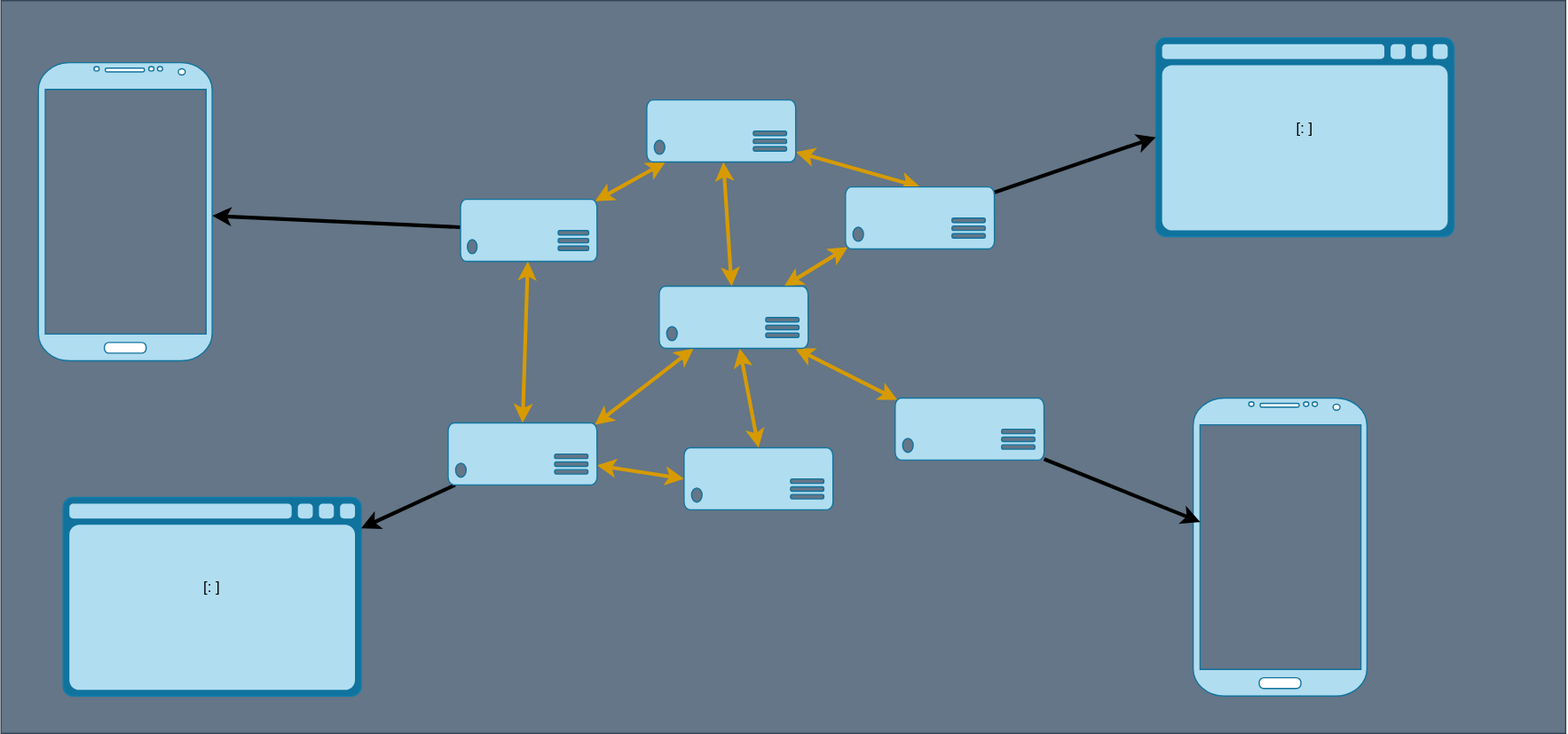
Earlier version of the draw.io export docs/imgs/interconnected-network.drawio.svg (8xFF/atm0s-media-server). Source tidied: cells renumbered, new cells last; positions are measured from the earlier drawing's top-left corner, leaving out a move shared by most shapes.
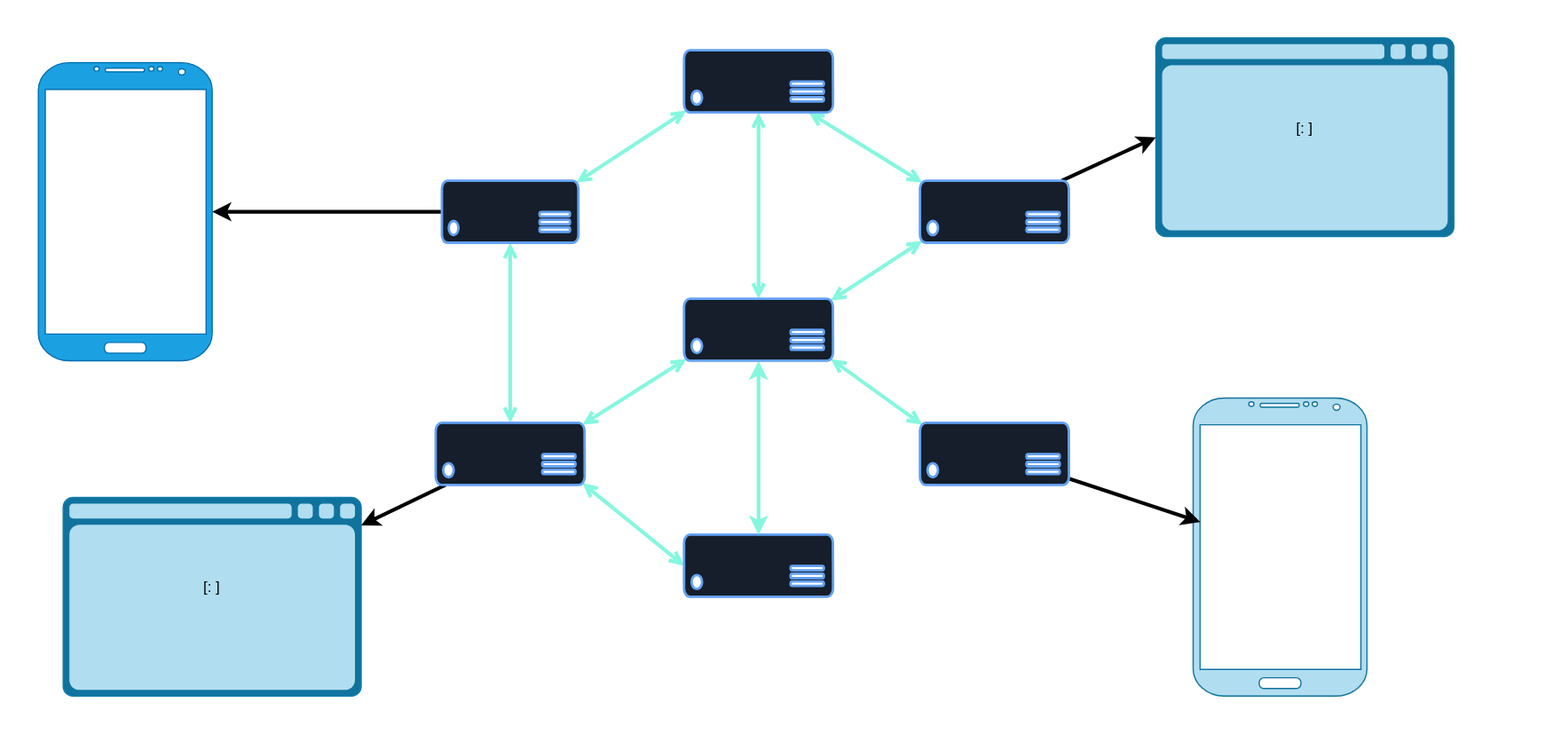
Above is the later version.

Diff of the diagram source:
```diff
@@ -2,7 +2,7 @@
   <root>
     <mxCell id="0" />
     <mxCell id="1" parent="0" />
-    <mxCell id="2" style="rounded=0;whiteSpace=wrap;html=1;fillColor=#647687;fontColor=#ffffff;strokeColor=#314354;" parent="1" vertex="1">
+    <mxCell id="2" style="rounded=0;whiteSpace=wrap;html=1;strokeColor=none;" parent="1" vertex="1">
       <mxGeometry width="1260" height="590" as="geometry" />
     </mxCell>
     <mxCell id="3" style="verticalLabelPosition=bottom;verticalAlign=top;html=1;shadow=0;dashed=0;strokeWidth=1;shape=mxgraph.android.phone2;fillColor=#b1ddf0;strokeColor=#10739e;" parent="1" vertex="1">
@@ -13,7 +13,7 @@
         <mxGeometry x="50" y="400" width="240" height="160" as="geometry" />
       </mxCell>
     </object>
-    <mxCell id="5" style="verticalLabelPosition=bottom;verticalAlign=top;html=1;shadow=0;dashed=0;strokeWidth=1;shape=mxgraph.android.phone2;fillColor=#b1ddf0;strokeColor=#10739e;" parent="1" vertex="1">
+    <mxCell id="5" style="verticalLabelPosition=bottom;verticalAlign=top;html=1;shadow=0;dashed=0;strokeWidth=1;shape=mxgraph.android.phone2;fillColor=#1ba1e2;strokeColor=#006EAF;fontColor=#ffffff;" parent="1" vertex="1">
       <mxGeometry x="30" y="50" width="140" height="240" as="geometry" />
     </mxCell>
     <object id="6" label="&lt;font style=&quot;font-size: 16px&quot;&gt;&lt;b&gt;%c4Type%&lt;/b&gt;&lt;/font&gt;&lt;div&gt;[%c4Container%:&amp;nbsp;%c4Technology%]&lt;/div&gt;&lt;br&gt;&lt;div&gt;&lt;font style=&quot;font-size: 11px&quot;&gt;&lt;font color=&quot;#E6E6E6&quot;&gt;%c4Description%&lt;/font&gt;&lt;/div&gt;" c4Container="" c4Description="" c4Technology="" c4Type="" placeholders="1">
@@ -21,65 +21,65 @@
         <mxGeometry x="930" y="30" width="240" height="160" as="geometry" />
       </mxCell>
     </object>
-    <mxCell id="7" style="edgeStyle=none;html=1;entryX=0.985;entryY=0.03;entryDx=0;entryDy=0;entryPerimeter=0;strokeWidth=3;startArrow=classic;startFill=1;fillColor=#ffcd28;strokeColor=#d79b00;gradientColor=#ffa500;" parent="1" edge="1" source="10" target="13">
+    <mxCell id="7" style="edgeStyle=none;html=1;entryX=0.985;entryY=0.03;entryDx=0;entryDy=0;entryPerimeter=0;strokeWidth=3;startArrow=open;startFill=0;fillColor=#ffcd28;strokeColor=#85f7de;gradientColor=#ffa500;endArrow=open;endFill=0;exitX=0.015;exitY=0.97;exitDx=0;exitDy=0;exitPerimeter=0;" parent="1" edge="1" source="10" target="13">
       <mxGeometry relative="1" as="geometry" />
     </mxCell>
-    <mxCell id="8" style="edgeStyle=none;html=1;strokeWidth=3;startArrow=classic;startFill=1;fillColor=#ffcd28;strokeColor=#d79b00;gradientColor=#ffa500;" parent="1" edge="1" source="10" target="22">
+    <mxCell id="8" style="edgeStyle=none;html=1;strokeWidth=3;startArrow=open;startFill=0;fillColor=#ffcd28;strokeColor=#85f7de;gradientColor=#ffa500;endArrow=open;endFill=0;" parent="1" edge="1" source="10" target="22">
       <mxGeometry relative="1" as="geometry" />
     </mxCell>
-    <mxCell id="9" style="edgeStyle=none;html=1;entryX=0.5;entryY=0;entryDx=0;entryDy=0;entryPerimeter=0;strokeWidth=3;startArrow=classic;startFill=1;fillColor=#ffcd28;strokeColor=#d79b00;gradientColor=#ffa500;" parent="1" edge="1" source="10" target="24">
+    <mxCell id="9" style="edgeStyle=none;html=1;entryX=0.015;entryY=0.03;entryDx=0;entryDy=0;entryPerimeter=0;strokeWidth=3;startArrow=open;startFill=0;fillColor=#ffcd28;strokeColor=#85f7de;gradientColor=#ffa500;endArrow=open;endFill=0;" parent="1" edge="1" source="10" target="24">
       <mxGeometry relative="1" as="geometry" />
     </mxCell>
-    <mxCell id="10" style="verticalLabelPosition=bottom;html=1;verticalAlign=top;align=center;shape=mxgraph.azure.server;fillColor=#b1ddf0;strokeColor=#10739e;" parent="1" vertex="1">
-      <mxGeometry x="520" y="80" width="120" height="50" as="geometry" />
+    <mxCell id="10" style="verticalLabelPosition=bottom;html=1;verticalAlign=top;align=center;shape=mxgraph.azure.server;fillColor=#151e2a;strokeColor=#63a1f3;strokeWidth=2;" parent="1" vertex="1">
+      <mxGeometry x="550" y="40" width="120" height="50" as="geometry" />
     </mxCell>
     <mxCell id="11" style="edgeStyle=none;html=1;strokeWidth=3;" parent="1" edge="1" source="13" target="5">
       <mxGeometry relative="1" as="geometry" />
     </mxCell>
-    <mxCell id="12" style="edgeStyle=none;html=1;entryX=0.5;entryY=0;entryDx=0;entryDy=0;entryPerimeter=0;strokeWidth=3;startArrow=classic;startFill=1;fillColor=#ffcd28;strokeColor=#d79b00;gradientColor=#ffa500;" parent="1" edge="1" source="13" target="16">
+    <mxCell id="12" style="edgeStyle=none;html=1;entryX=0.5;entryY=0;entryDx=0;entryDy=0;entryPerimeter=0;strokeWidth=3;startArrow=open;startFill=0;fillColor=#ffcd28;strokeColor=#85f7de;gradientColor=#ffa500;endArrow=open;endFill=0;" parent="1" edge="1" source="13" target="16">
       <mxGeometry relative="1" as="geometry" />
     </mxCell>
-    <mxCell id="13" style="verticalLabelPosition=bottom;html=1;verticalAlign=top;align=center;shape=mxgraph.azure.server;fillColor=#b1ddf0;strokeColor=#10739e;" parent="1" vertex="1">
-      <mxGeometry x="370" y="160" width="110" height="50" as="geometry" />
+    <mxCell id="13" style="verticalLabelPosition=bottom;html=1;verticalAlign=top;align=center;shape=mxgraph.azure.server;fillColor=#151e2a;strokeColor=#63a1f3;strokeWidth=2;" parent="1" vertex="1">
+      <mxGeometry x="355" y="145" width="110" height="50" as="geometry" />
     </mxCell>
     <mxCell id="14" style="edgeStyle=none;html=1;strokeWidth=3;" parent="1" edge="1" source="16" target="4">
       <mxGeometry relative="1" as="geometry" />
     </mxCell>
-    <mxCell id="15" style="edgeStyle=none;html=1;entryX=0;entryY=0.5;entryDx=0;entryDy=0;entryPerimeter=0;strokeWidth=3;startArrow=classic;startFill=1;fillColor=#ffcd28;strokeColor=#d79b00;gradientColor=#ffa500;" parent="1" edge="1" source="16" target="17">
+    <mxCell id="15" style="edgeStyle=none;html=1;entryX=0;entryY=0.5;entryDx=0;entryDy=0;entryPerimeter=0;strokeWidth=3;startArrow=open;startFill=0;fillColor=#ffcd28;strokeColor=#85f7de;gradientColor=#ffa500;endArrow=open;endFill=0;exitX=0.985;exitY=0.97;exitDx=0;exitDy=0;exitPerimeter=0;" parent="1" edge="1" source="16" target="17">
       <mxGeometry relative="1" as="geometry" />
     </mxCell>
-    <mxCell id="16" style="verticalLabelPosition=bottom;html=1;verticalAlign=top;align=center;shape=mxgraph.azure.server;fillColor=#b1ddf0;strokeColor=#10739e;" parent="1" vertex="1">
-      <mxGeometry x="360" y="340" width="120" height="50" as="geometry" />
+    <mxCell id="16" style="verticalLabelPosition=bottom;html=1;verticalAlign=top;align=center;shape=mxgraph.azure.server;fillColor=#151e2a;strokeColor=#63a1f3;rounded=0;strokeWidth=2;" parent="1" vertex="1">
+      <mxGeometry x="350" y="340" width="120" height="50" as="geometry" />
     </mxCell>
-    <mxCell id="17" style="verticalLabelPosition=bottom;html=1;verticalAlign=top;align=center;shape=mxgraph.azure.server;fillColor=#b1ddf0;strokeColor=#10739e;" parent="1" vertex="1">
-      <mxGeometry x="550" y="360" width="120" height="50" as="geometry" />
+    <mxCell id="17" style="verticalLabelPosition=bottom;html=1;verticalAlign=top;align=center;shape=mxgraph.azure.server;fillColor=#151e2a;strokeColor=#63a1f3;strokeWidth=2;" parent="1" vertex="1">
+      <mxGeometry x="550" y="430" width="120" height="50" as="geometry" />
     </mxCell>
-    <mxCell id="18" style="edgeStyle=none;html=1;entryX=0.985;entryY=0.03;entryDx=0;entryDy=0;entryPerimeter=0;strokeWidth=3;startArrow=classic;startFill=1;fillColor=#ffcd28;strokeColor=#d79b00;gradientColor=#ffa500;" parent="1" edge="1" source="22" target="16">
+    <mxCell id="18" style="edgeStyle=none;html=1;entryX=0.985;entryY=0.03;entryDx=0;entryDy=0;entryPerimeter=0;strokeWidth=3;startArrow=open;startFill=0;fillColor=#ffcd28;strokeColor=#85f7de;gradientColor=#ffa500;endArrow=open;endFill=0;exitX=0.015;exitY=0.97;exitDx=0;exitDy=0;exitPerimeter=0;" parent="1" edge="1" source="22" target="16">
       <mxGeometry relative="1" as="geometry" />
     </mxCell>
-    <mxCell id="19" style="edgeStyle=none;html=1;entryX=0.5;entryY=0;entryDx=0;entryDy=0;entryPerimeter=0;strokeWidth=3;startArrow=classic;startFill=1;fillColor=#ffcd28;strokeColor=#d79b00;gradientColor=#ffa500;" parent="1" edge="1" source="22" target="17">
+    <mxCell id="19" style="edgeStyle=none;html=1;entryX=0.5;entryY=0;entryDx=0;entryDy=0;entryPerimeter=0;strokeWidth=3;startArrow=classic;startFill=1;fillColor=#ffcd28;strokeColor=#85f7de;gradientColor=#ffa500;" parent="1" edge="1" source="22" target="17">
       <mxGeometry relative="1" as="geometry" />
     </mxCell>
-    <mxCell id="20" style="edgeStyle=none;html=1;entryX=0.015;entryY=0.97;entryDx=0;entryDy=0;entryPerimeter=0;strokeWidth=3;startArrow=classic;startFill=1;fillColor=#ffcd28;strokeColor=#d79b00;gradientColor=#ffa500;" parent="1" edge="1" source="22" target="24">
+    <mxCell id="20" style="edgeStyle=none;html=1;entryX=0.015;entryY=0.97;entryDx=0;entryDy=0;entryPerimeter=0;strokeWidth=3;startArrow=open;startFill=0;fillColor=#ffcd28;strokeColor=#85f7de;gradientColor=#ffa500;endArrow=open;endFill=0;exitX=0.985;exitY=0.03;exitDx=0;exitDy=0;exitPerimeter=0;" parent="1" edge="1" source="22" target="24">
       <mxGeometry relative="1" as="geometry" />
     </mxCell>
-    <mxCell id="21" style="edgeStyle=none;html=1;entryX=0.015;entryY=0.03;entryDx=0;entryDy=0;entryPerimeter=0;strokeWidth=3;startArrow=classic;startFill=1;fillColor=#ffcd28;strokeColor=#d79b00;gradientColor=#ffa500;" parent="1" edge="1" source="22" target="26">
+    <mxCell id="21" style="edgeStyle=none;html=1;entryX=0.015;entryY=0.03;entryDx=0;entryDy=0;entryPerimeter=0;strokeWidth=3;startArrow=open;startFill=0;fillColor=#ffcd28;strokeColor=#85f7de;gradientColor=#ffa500;endArrow=open;endFill=0;exitX=0.985;exitY=0.97;exitDx=0;exitDy=0;exitPerimeter=0;" parent="1" edge="1" source="22" target="26">
       <mxGeometry relative="1" as="geometry" />
     </mxCell>
-    <mxCell id="22" style="verticalLabelPosition=bottom;html=1;verticalAlign=top;align=center;shape=mxgraph.azure.server;fillColor=#b1ddf0;strokeColor=#10739e;" parent="1" vertex="1">
-      <mxGeometry x="530" y="230" width="120" height="50" as="geometry" />
+    <mxCell id="22" style="verticalLabelPosition=bottom;html=1;verticalAlign=top;align=center;shape=mxgraph.azure.server;fillColor=#151e2a;strokeColor=#63a1f3;strokeWidth=2;" parent="1" vertex="1">
+      <mxGeometry x="550" y="240" width="120" height="50" as="geometry" />
     </mxCell>
     <mxCell id="23" style="edgeStyle=none;html=1;entryX=0;entryY=0.5;entryDx=0;entryDy=0;entryPerimeter=0;strokeWidth=3;" parent="1" edge="1" source="24" target="6">
       <mxGeometry relative="1" as="geometry" />
     </mxCell>
-    <mxCell id="24" style="verticalLabelPosition=bottom;html=1;verticalAlign=top;align=center;shape=mxgraph.azure.server;fillColor=#b1ddf0;strokeColor=#10739e;" parent="1" vertex="1">
-      <mxGeometry x="680" y="150" width="120" height="50" as="geometry" />
+    <mxCell id="24" style="verticalLabelPosition=bottom;html=1;verticalAlign=top;align=center;shape=mxgraph.azure.server;fillColor=#151e2a;strokeColor=#63a1f3;strokeWidth=2;" parent="1" vertex="1">
+      <mxGeometry x="740" y="145" width="120" height="50" as="geometry" />
     </mxCell>
     <mxCell id="25" style="edgeStyle=none;html=1;entryX=0.041;entryY=0.416;entryDx=0;entryDy=0;entryPerimeter=0;strokeWidth=3;" parent="1" edge="1" source="26" target="3">
       <mxGeometry relative="1" as="geometry" />
     </mxCell>
-    <mxCell id="26" style="verticalLabelPosition=bottom;html=1;verticalAlign=top;align=center;shape=mxgraph.azure.server;fillColor=#b1ddf0;strokeColor=#10739e;" parent="1" vertex="1">
-      <mxGeometry x="720" y="320" width="120" height="50" as="geometry" />
+    <mxCell id="26" style="verticalLabelPosition=bottom;html=1;verticalAlign=top;align=center;shape=mxgraph.azure.server;fillColor=#151e2a;strokeColor=#63a1f3;strokeWidth=2;" parent="1" vertex="1">
+      <mxGeometry x="740" y="340" width="120" height="50" as="geometry" />
     </mxCell>
   </root>
 </mxGraphModel>
```
